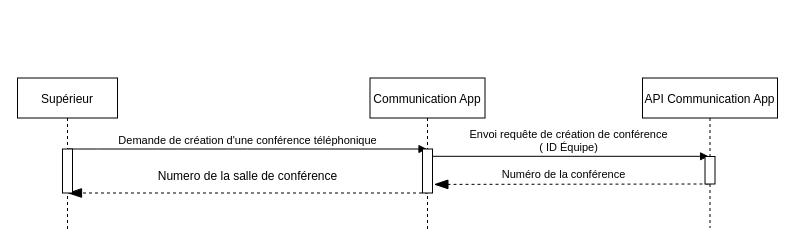
Earlier version of the draw.io diagram page "Page-5" (4 of 4) of Diagramme sans nom.drawio (LewisYann/App-Asterisk). Source tidied: cells renumbered, new cells numbered last; positions are measured from the earlier drawing's top-left corner, leaving out a move shared by most shapes. Both pictures are drawn from the tidied source at 100%, with x=0, y=0 at pixel (17, 77).
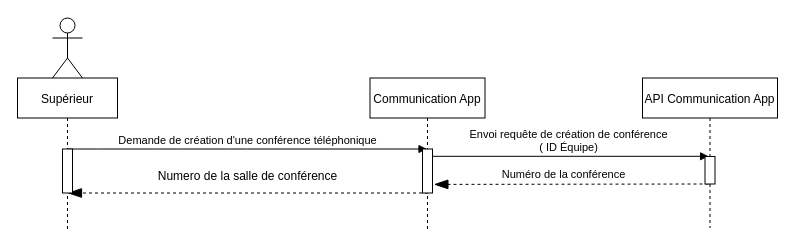
Above is the later version.

Commit message:
Mettre à jour Diagramme sans nom.drawio

What changed in the source:
```diff
@@
+    <mxCell id="14" style="shape=umlActor;verticalLabelPosition=bottom;verticalAlign=top;html=1;" parent="1" vertex="1">
+      <mxGeometry x="35" y="-59.5" width="30" height="60" as="geometry" />
+    </mxCell>
```
